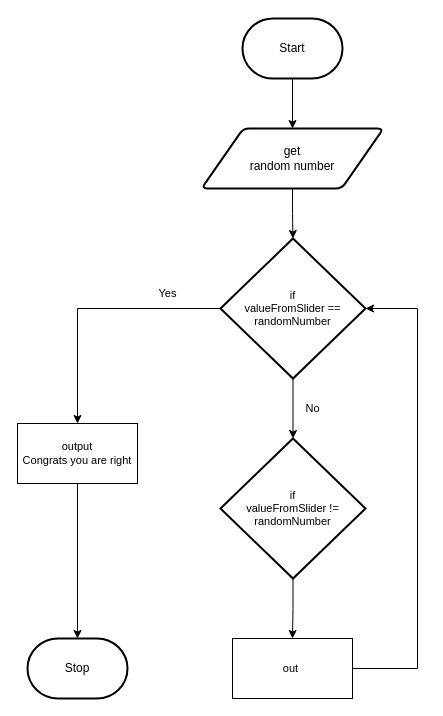
Before: design/flowchart.drawio in MTHS-ICS2O-2-2022/ICS2O-Unit-5-01-Lucas-Osmond, a draw.io diagram. Source tidied: cells renumbered, new cells numbered last; positions are measured from the earlier drawing's top-left corner, leaving out a move shared by most shapes. Both pictures are drawn from the tidied source at 100%, with x=0, y=0 at pixel (17, 18).
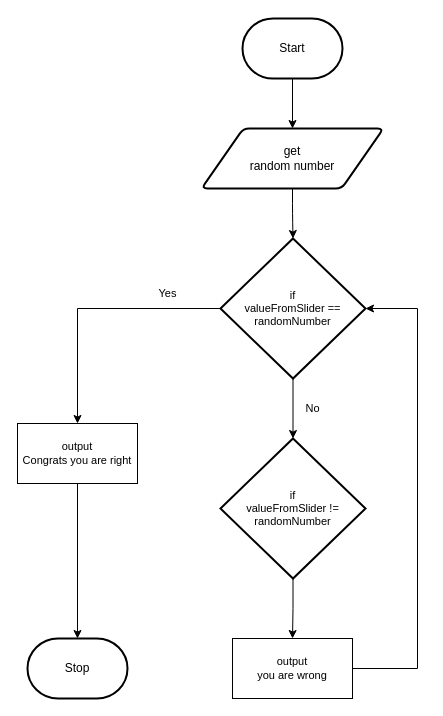
After the change.

What changed in the source:
```diff
@@
 <mxGraphModel>
   <root>
     <mxCell id="0" />
     <mxCell id="1" parent="0" />
     <mxCell id="2" style="edgeStyle=orthogonalEdgeStyle;html=1;" parent="1" edge="1" source="3" target="6">
       <mxGeometry relative="1" as="geometry" />
     </mxCell>
     <mxCell id="3" value="Start" style="strokeWidth=2;html=1;shape=mxgraph.flowchart.terminator;whiteSpace=wrap;" parent="1" vertex="1">
       <mxGeometry x="225" width="100" height="60" as="geometry" />
     </mxCell>
     <mxCell id="4" value="Stop" style="strokeWidth=2;html=1;shape=mxgraph.flowchart.terminator;whiteSpace=wrap;" parent="1" vertex="1">
       <mxGeometry x="10" y="620" width="100" height="60" as="geometry" />
     </mxCell>
     <mxCell id="5" style="edgeStyle=orthogonalEdgeStyle;shape=connector;rounded=1;html=1;labelBackgroundColor=default;strokeColor=default;fontFamily=Helvetica;fontSize=11;fontColor=default;endArrow=classic;" parent="1" edge="1" source="6" target="9">
       <mxGeometry relative="1" as="geometry" />
     </mxCell>
     <mxCell id="6" value="get &lt;br&gt;random number" style="shape=parallelogram;html=1;strokeWidth=2;perimeter=parallelogramPerimeter;whiteSpace=wrap;rounded=1;arcSize=12;size=0.23;" parent="1" vertex="1">
       <mxGeometry x="184" y="110" width="182" height="60" as="geometry" />
     </mxCell>
     <mxCell id="7" style="edgeStyle=orthogonalEdgeStyle;shape=connector;rounded=0;html=1;labelBackgroundColor=default;strokeColor=default;fontFamily=Helvetica;fontSize=11;fontColor=default;endArrow=classic;" parent="1" edge="1" source="9" target="11">
       <mxGeometry relative="1" as="geometry" />
     </mxCell>
     <mxCell id="8" style="edgeStyle=orthogonalEdgeStyle;shape=connector;html=1;labelBackgroundColor=default;strokeColor=default;fontFamily=Helvetica;fontSize=11;fontColor=default;endArrow=classic;rounded=0;" parent="1" edge="1" source="9" target="14">
       <mxGeometry relative="1" as="geometry" />
     </mxCell>
     <mxCell id="9" value="if&lt;br&gt;valueFromSlider == randomNumber" style="strokeWidth=2;html=1;shape=mxgraph.flowchart.decision;whiteSpace=wrap;fontFamily=Helvetica;fontSize=11;fontColor=default;" parent="1" vertex="1">
       <mxGeometry x="203" y="220" width="145" height="140" as="geometry" />
     </mxCell>
     <mxCell id="10" style="edgeStyle=orthogonalEdgeStyle;shape=connector;rounded=0;html=1;labelBackgroundColor=default;strokeColor=default;fontFamily=Helvetica;fontSize=11;fontColor=default;endArrow=classic;" parent="1" edge="1" source="11" target="16">
       <mxGeometry relative="1" as="geometry" />
     </mxCell>
     <mxCell id="11" value="if&lt;br&gt;valueFromSlider != randomNumber" style="strokeWidth=2;html=1;shape=mxgraph.flowchart.decision;whiteSpace=wrap;fontFamily=Helvetica;fontSize=11;fontColor=default;" parent="1" vertex="1">
       <mxGeometry x="203" y="420" width="145" height="140" as="geometry" />
     </mxCell>
     <mxCell id="12" value="No" style="text;html=1;align=center;verticalAlign=middle;strokeColor=none;fillColor=none;fontSize=11;fontFamily=Helvetica;fontColor=default;" parent="1" vertex="1">
       <mxGeometry x="275" y="375" width="40" height="30" as="geometry" />
     </mxCell>
     <mxCell id="13" style="edgeStyle=orthogonalEdgeStyle;shape=connector;rounded=0;html=1;entryX=0.5;entryY=0;entryDx=0;entryDy=0;entryPerimeter=0;labelBackgroundColor=default;strokeColor=default;fontFamily=Helvetica;fontSize=11;fontColor=default;endArrow=classic;" parent="1" edge="1" source="14" target="4">
       <mxGeometry relative="1" as="geometry" />
     </mxCell>
     <mxCell id="14" value="output&lt;br&gt;Congrats you are right" style="rounded=0;whiteSpace=wrap;html=1;fontFamily=Helvetica;fontSize=11;fontColor=default;" parent="1" vertex="1">
       <mxGeometry y="405" width="120" height="60" as="geometry" />
     </mxCell>
     <mxCell id="15" style="edgeStyle=orthogonalEdgeStyle;shape=connector;rounded=0;html=1;labelBackgroundColor=default;strokeColor=default;fontFamily=Helvetica;fontSize=11;fontColor=default;endArrow=classic;entryX=1;entryY=0.5;entryDx=0;entryDy=0;entryPerimeter=0;" parent="1" edge="1" source="16" target="9">
       <mxGeometry relative="1" as="geometry">
         <Array as="points">
           <mxPoint x="400" y="650" />
           <mxPoint x="400" y="290" />
         </Array>
       </mxGeometry>
     </mxCell>
-    <mxCell id="16" value="out&amp;nbsp;" style="rounded=0;whiteSpace=wrap;html=1;fontFamily=Helvetica;fontSize=11;fontColor=default;" parent="1" vertex="1">
+    <mxCell id="16" value="output&lt;br&gt;you are wrong" style="rounded=0;whiteSpace=wrap;html=1;fontFamily=Helvetica;fontSize=11;fontColor=default;" parent="1" vertex="1">
       <mxGeometry x="215" y="620" width="120" height="60" as="geometry" />
     </mxCell>
     <mxCell id="17" value="Yes" style="text;html=1;align=center;verticalAlign=middle;strokeColor=none;fillColor=none;fontSize=11;fontFamily=Helvetica;fontColor=default;" parent="1" vertex="1">
       <mxGeometry x="130" y="260" width="40" height="30" as="geometry" />
     </mxCell>
   </root>
 </mxGraphModel>
```
